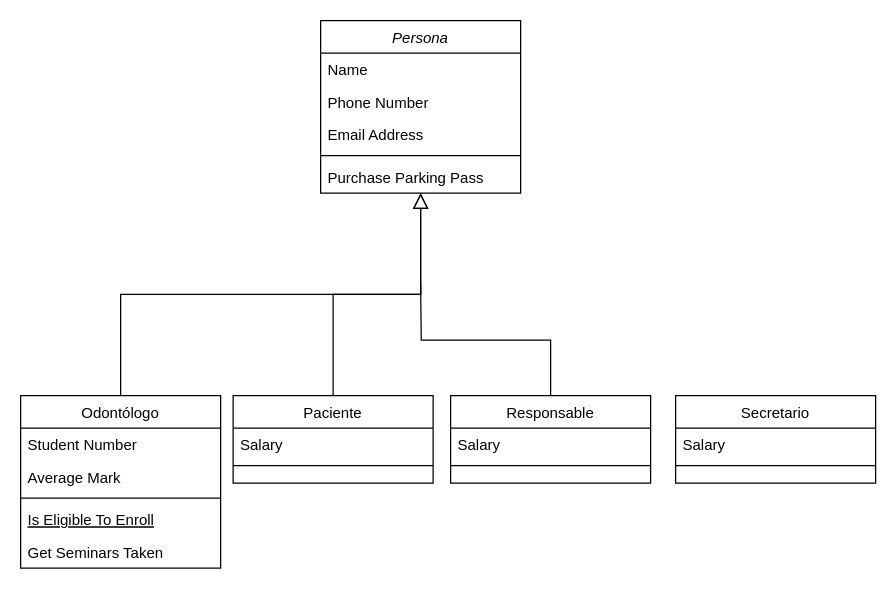
The draw.io diagram Diagrama sin título.drawio in RDLuisL/Odontology-Clinic, before the edit. Source tidied: cells renumbered, new cells numbered last; positions are measured from the earlier drawing's top-left corner, leaving out a move shared by most shapes. Both pictures are drawn from the tidied source at 125%, with x=0, y=0 at pixel (20, 20).
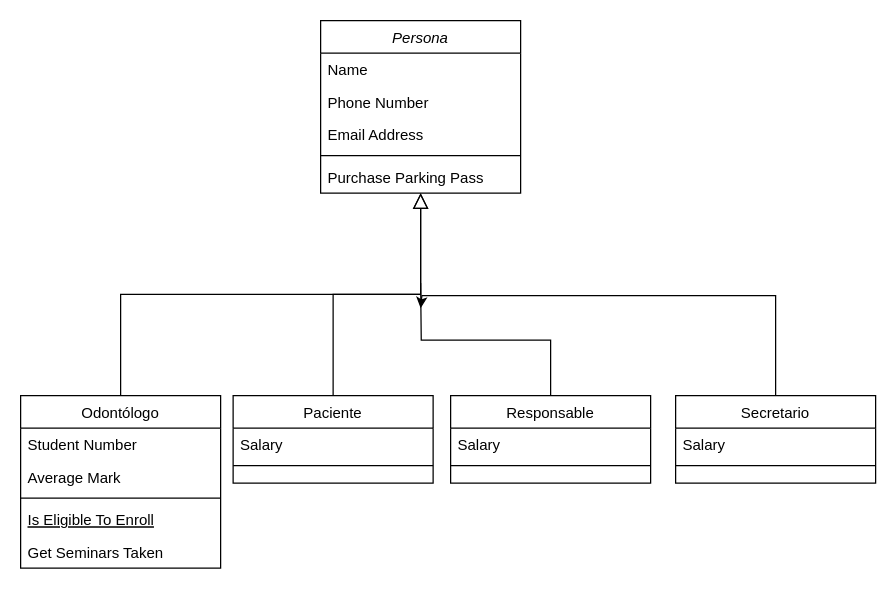
The same diagram, later.

The change refers to these unchanged cells:
```xml
<mxCell id="23" value="Secretario" style="swimlane;fontStyle=0;align=center;verticalAlign=top;horizontal=1;startSize=26;rounded=0;shadow=0;strokeWidth=1;" parent="1" vertex="1">
  <mxGeometry x="524" y="300" width="160" height="70" as="geometry" />
</mxCell>
```

What changed in the source:
```diff
@@
+    <mxCell id="26" style="edgeStyle=orthogonalEdgeStyle;rounded=0;jettySize=auto;html=1;" parent="1" edge="1" source="23">
+      <mxGeometry relative="1" as="geometry">
+        <mxPoint x="320" y="230" as="targetPoint" />
+        <Array as="points">
+          <mxPoint x="604" y="220" />
+          <mxPoint x="321" y="220" />
+        </Array>
+      </mxGeometry>
+    </mxCell>
```
